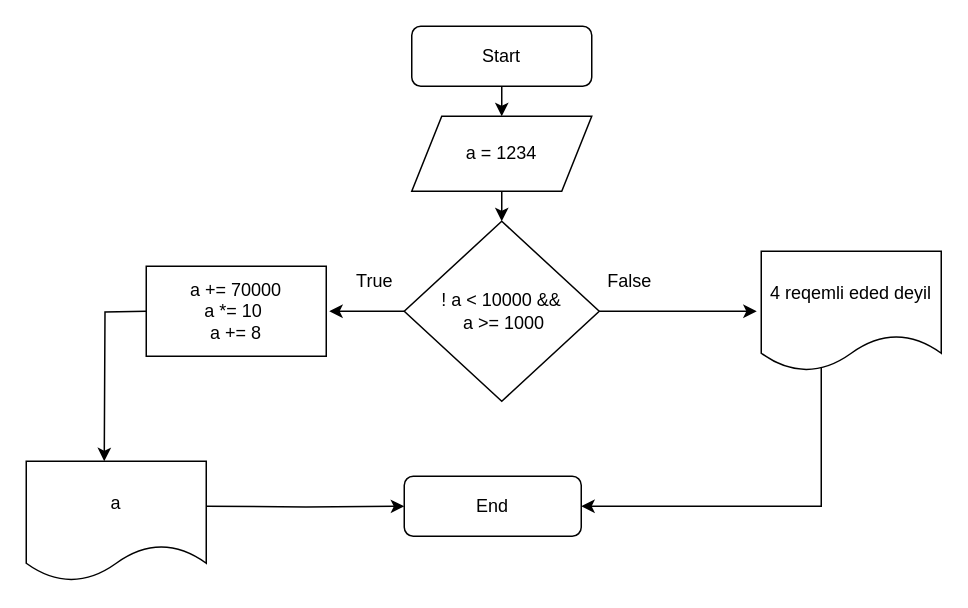
Earlier version of the draw.io diagram HomeWork02/FlwChrt-Task01.drawio (Fuad0010/HomeWork02). Source tidied: cells renumbered, new cells numbered last; positions are measured from the earlier drawing's top-left corner, leaving out a move shared by most shapes. Both pictures are drawn from the tidied source at 150%, with x=0, y=0 at pixel (26, 26).
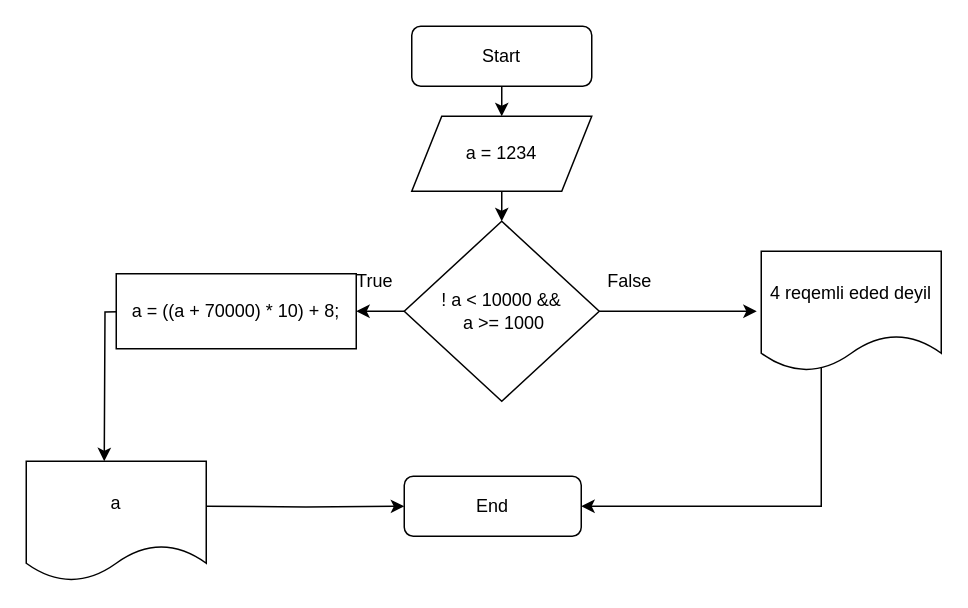
Above is the later version.

The change refers to these unchanged cells:
```xml
<mxCell id="9" value="! a &amp;lt; 10000 &amp;amp;&amp;amp;&lt;br&gt;&amp;nbsp;a &amp;gt;= 1000" style="rhombus;whiteSpace=wrap;html=1;" parent="1" vertex="1">
  <mxGeometry x="252" y="130" width="130" height="120" as="geometry" />
</mxCell>
```

The edit, as a diff of the source:
```diff
@@
-    <mxCell id="8" style="edgeStyle=orthogonalEdgeStyle;rounded=0;jettySize=auto;html=1;" parent="1" edge="1" source="9">
-      <mxGeometry relative="1" as="geometry">
-        <mxPoint x="202" y="190" as="targetPoint" />
-      </mxGeometry>
+    <mxCell id="8" style="edgeStyle=orthogonalEdgeStyle;rounded=0;jettySize=auto;html=1;entryX=1;entryY=0.5;entryDx=0;entryDy=0;" parent="1" edge="1" source="9" target="15">
+      <mxGeometry relative="1" as="geometry" />
     </mxCell>
@@
-    <mxCell id="15" value="a += 70000&lt;br&gt;a *= 10&amp;nbsp;&lt;br&gt;a += 8" style="rounded=0;whiteSpace=wrap;html=1;" parent="1" vertex="1">
-      <mxGeometry x="80" y="160" width="120" height="60" as="geometry" />
+    <mxCell id="15" value="a = ((a + 70000) * 10) + 8;" style="rounded=0;whiteSpace=wrap;html=1;" parent="1" vertex="1">
+      <mxGeometry x="60" y="165" width="160" height="50" as="geometry" />
     </mxCell>
```
